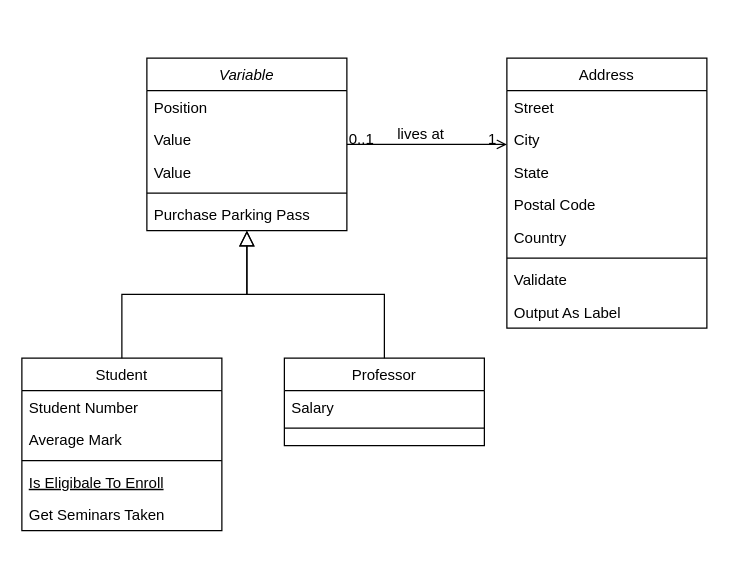
The draw.io diagram Class-Diagram.drawio in erfanghasemi/sudoku_solver, before the edit. Source tidied: cells renumbered, new cells numbered last; positions are measured from the earlier drawing's top-left corner, leaving out a move shared by most shapes. Both pictures are drawn from the tidied source at 125%, with x=0, y=0 at pixel (21, 58).
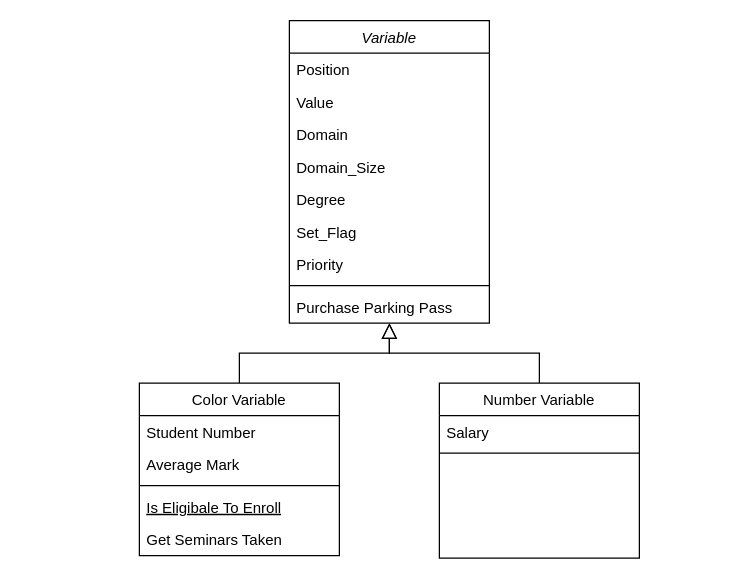
The same diagram, later.

What changed in the source:
```diff
@@
+    <mxCell id="14" style="endArrow=block;endSize=10;endFill=0;shadow=0;strokeWidth=1;rounded=0;edgeStyle=elbowEdgeStyle;elbow=vertical;" parent="1" edge="1" source="8" target="2">
+      <mxGeometry relative="1" as="geometry" />
+    </mxCell>
+    <mxCell id="18" style="endArrow=block;endSize=10;endFill=0;shadow=0;strokeWidth=1;rounded=0;edgeStyle=elbowEdgeStyle;elbow=vertical;" parent="1" edge="1" source="15" target="2">
+      <mxGeometry relative="1" as="geometry" />
+    </mxCell>
     <mxCell id="2" value="Variable" style="swimlane;fontStyle=2;align=center;verticalAlign=top;horizontal=1;startSize=26;rounded=0;shadow=0;strokeWidth=1;" parent="1" vertex="1">
-      <mxGeometry x="100" width="160" height="138" as="geometry" />
+      <mxGeometry x="214" y="-30" width="160" height="242" as="geometry" />
     </mxCell>
@@
+    <mxCell id="32" value="Domain" style="text;align=left;verticalAlign=top;spacingLeft=4;spacingRight=4;overflow=hidden;rounded=0;shadow=0;html=0;" parent="2" vertex="1">
+      <mxGeometry y="78" width="160" height="26" as="geometry" />
+    </mxCell>
+    <mxCell id="33" value="Domain_Size&#10;" style="text;align=left;verticalAlign=top;spacingLeft=4;spacingRight=4;overflow=hidden;rounded=0;shadow=0;html=0;" parent="2" vertex="1">
+      <mxGeometry y="104" width="160" height="26" as="geometry" />
+    </mxCell>
+    <mxCell id="34" value="Degree" style="text;align=left;verticalAlign=top;spacingLeft=4;spacingRight=4;overflow=hidden;rounded=0;shadow=0;html=0;" parent="2" vertex="1">
+      <mxGeometry y="130" width="160" height="26" as="geometry" />
+    </mxCell>
+    <mxCell id="35" value="Set_Flag" style="text;align=left;verticalAlign=top;spacingLeft=4;spacingRight=4;overflow=hidden;rounded=0;shadow=0;html=0;" parent="2" vertex="1">
+      <mxGeometry y="156" width="160" height="26" as="geometry" />
+    </mxCell>
-    <mxCell id="5" value="Value" style="text;align=left;verticalAlign=top;spacingLeft=4;spacingRight=4;overflow=hidden;rounded=0;shadow=0;html=0;" parent="2" vertex="1">
-      <mxGeometry y="78" width="160" height="26" as="geometry" />
+    <mxCell id="5" value="Priority" style="text;align=left;verticalAlign=top;spacingLeft=4;spacingRight=4;overflow=hidden;rounded=0;shadow=0;html=0;" parent="2" vertex="1">
+      <mxGeometry y="182" width="160" height="26" as="geometry" />
     </mxCell>
     <mxCell id="6" style="line;html=1;strokeWidth=1;align=left;verticalAlign=middle;spacingTop=-1;spacingLeft=3;spacingRight=3;labelPosition=right;" parent="2" vertex="1">
-      <mxGeometry y="104" width="160" height="8" as="geometry" />
+      <mxGeometry y="208" width="160" height="8" as="geometry" />
     </mxCell>
     <mxCell id="7" value="Purchase Parking Pass" style="text;align=left;verticalAlign=top;spacingLeft=4;spacingRight=4;overflow=hidden;" parent="2" vertex="1">
-      <mxGeometry y="112" width="160" height="26" as="geometry" />
+      <mxGeometry y="216" width="160" height="26" as="geometry" />
     </mxCell>
-    <mxCell id="8" value="Student" style="swimlane;fontStyle=0;align=center;verticalAlign=top;horizontal=1;startSize=26;rounded=0;shadow=0;strokeWidth=1;" parent="1" vertex="1">
-      <mxGeometry y="240" width="160" height="138" as="geometry" />
+    <mxCell id="8" value="Color Variable" style="swimlane;fontStyle=0;align=center;verticalAlign=top;horizontal=1;startSize=26;rounded=0;shadow=0;strokeWidth=1;" parent="1" vertex="1">
+      <mxGeometry x="94" y="260" width="160" height="138" as="geometry" />
     </mxCell>
@@
-    <mxCell id="14" style="endArrow=block;endSize=10;endFill=0;shadow=0;strokeWidth=1;rounded=0;edgeStyle=elbowEdgeStyle;elbow=vertical;" parent="1" edge="1" source="8" target="2">
-      <mxGeometry relative="1" as="geometry" />
-    </mxCell>
-    <mxCell id="15" value="Professor" style="swimlane;fontStyle=0;align=center;verticalAlign=top;horizontal=1;startSize=26;rounded=0;shadow=0;strokeWidth=1;" parent="1" vertex="1">
-      <mxGeometry x="210" y="240" width="160" height="70" as="geometry" />
+    <mxCell id="15" value="Number Variable" style="swimlane;fontStyle=0;align=center;verticalAlign=top;horizontal=1;startSize=26;rounded=0;shadow=0;strokeWidth=1;" parent="1" vertex="1">
+      <mxGeometry x="334" y="260" width="160" height="140" as="geometry" />
     </mxCell>
@@
-    <mxCell id="18" style="endArrow=block;endSize=10;endFill=0;shadow=0;strokeWidth=1;rounded=0;edgeStyle=elbowEdgeStyle;elbow=vertical;" parent="1" edge="1" source="15" target="2">
-      <mxGeometry relative="1" as="geometry" />
-    </mxCell>
-    <mxCell id="19" value="Address" style="swimlane;fontStyle=0;align=center;verticalAlign=top;horizontal=1;startSize=26;rounded=0;shadow=0;strokeWidth=1;" parent="1" vertex="1">
-      <mxGeometry x="388" width="160" height="216" as="geometry" />
-    </mxCell>
-    <mxCell id="20" value="Street" style="text;align=left;verticalAlign=top;spacingLeft=4;spacingRight=4;overflow=hidden;" parent="19" vertex="1">
-      <mxGeometry y="26" width="160" height="26" as="geometry" />
-    </mxCell>
-    <mxCell id="21" value="City" style="text;align=left;verticalAlign=top;spacingLeft=4;spacingRight=4;overflow=hidden;rounded=0;shadow=0;html=0;" parent="19" vertex="1">
-      <mxGeometry y="52" width="160" height="26" as="geometry" />
-    </mxCell>
-    <mxCell id="22" value="State" style="text;align=left;verticalAlign=top;spacingLeft=4;spacingRight=4;overflow=hidden;rounded=0;shadow=0;html=0;" parent="19" vertex="1">
-      <mxGeometry y="78" width="160" height="26" as="geometry" />
-    </mxCell>
-    <mxCell id="23" value="Postal Code" style="text;align=left;verticalAlign=top;spacingLeft=4;spacingRight=4;overflow=hidden;rounded=0;shadow=0;html=0;" parent="19" vertex="1">
-      <mxGeometry y="104" width="160" height="26" as="geometry" />
-    </mxCell>
-    <mxCell id="24" value="Country" style="text;align=left;verticalAlign=top;spacingLeft=4;spacingRight=4;overflow=hidden;rounded=0;shadow=0;html=0;" parent="19" vertex="1">
-      <mxGeometry y="130" width="160" height="26" as="geometry" />
-    </mxCell>
-    <mxCell id="25" style="line;html=1;strokeWidth=1;align=left;verticalAlign=middle;spacingTop=-1;spacingLeft=3;spacingRight=3;labelPosition=right;" parent="19" vertex="1">
-      <mxGeometry y="156" width="160" height="8" as="geometry" />
-    </mxCell>
-    <mxCell id="26" value="Validate" style="text;align=left;verticalAlign=top;spacingLeft=4;spacingRight=4;overflow=hidden;" parent="19" vertex="1">
-      <mxGeometry y="164" width="160" height="26" as="geometry" />
-    </mxCell>
-    <mxCell id="27" value="Output As Label" style="text;align=left;verticalAlign=top;spacingLeft=4;spacingRight=4;overflow=hidden;" parent="19" vertex="1">
-      <mxGeometry y="190" width="160" height="26" as="geometry" />
-    </mxCell>
-    <mxCell id="28" style="endArrow=open;shadow=0;strokeWidth=1;rounded=0;endFill=1;edgeStyle=elbowEdgeStyle;elbow=vertical;" parent="1" edge="1" source="2" target="19">
-      <mxGeometry x="0.5" y="41" relative="1" as="geometry">
-        <mxPoint x="-40" y="32" as="offset" />
-      </mxGeometry>
-    </mxCell>
-    <mxCell id="29" value="0..1" style="align=left;verticalAlign=bottom;labelBackgroundColor=none;fontSize=12;" parent="28" vertex="1">
-      <mxGeometry x="-1" relative="1" as="geometry">
-        <mxPoint y="4" as="offset" />
-      </mxGeometry>
-    </mxCell>
-    <mxCell id="30" value="1" style="align=right;verticalAlign=bottom;labelBackgroundColor=none;fontSize=12;" parent="28" vertex="1">
-      <mxGeometry x="1" relative="1" as="geometry">
-        <mxPoint x="-7" y="4" as="offset" />
-      </mxGeometry>
-    </mxCell>
-    <mxCell id="31" value="lives at" style="text;html=1;align=center;verticalAlign=middle;labelBackgroundColor=none;rounded=0;shadow=0;strokeWidth=1;fontSize=12;" parent="28" vertex="1">
-      <mxGeometry x="0.5" y="49" relative="1" as="geometry">
-        <mxPoint x="-38" y="40" as="offset" />
-      </mxGeometry>
-    </mxCell>
```
